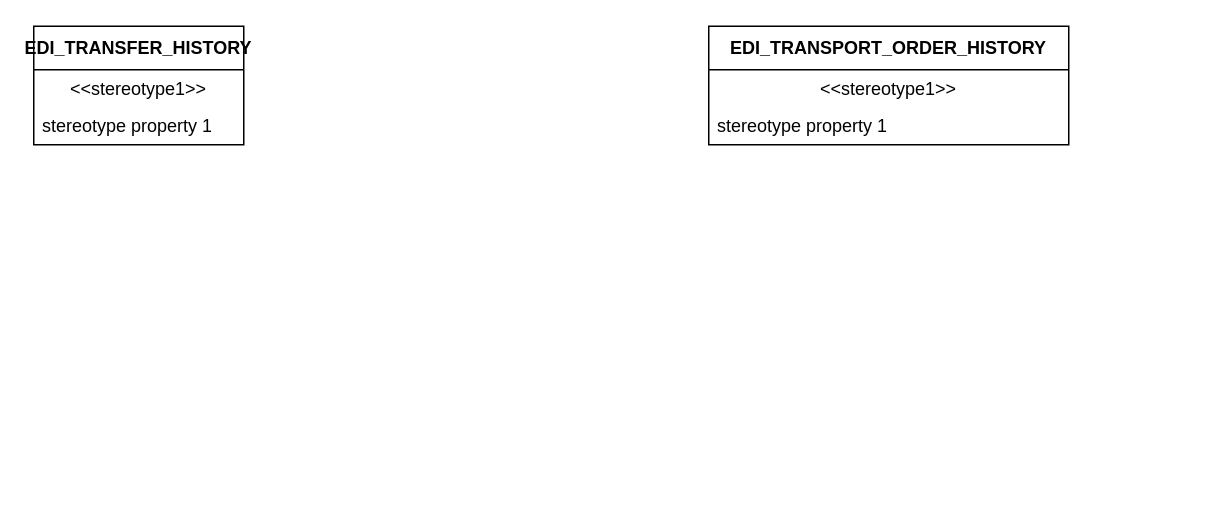
This is EDI history.drawio from hellxcz/Common, a draw.io file, before an edit. Source tidied: cells renumbered, new cells numbered last; positions are measured from the earlier drawing's top-left corner, leaving out a move shared by most shapes. Both pictures are drawn from the tidied source at 150%, with x=0, y=0 at pixel (33, 26).
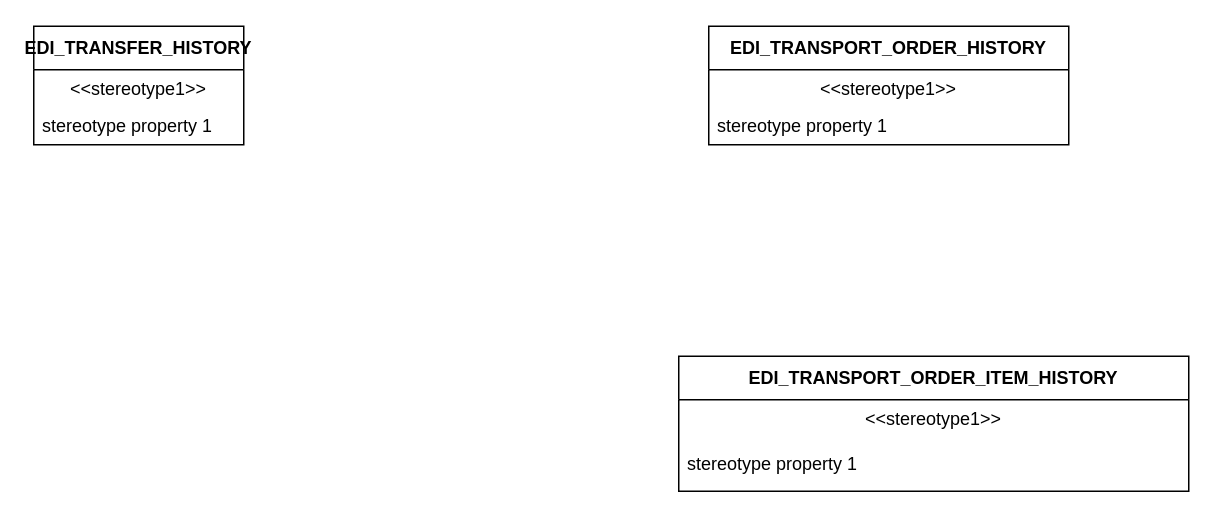
The same page after the edit.

Change to the diagram source:
```diff
@@
 <mxGraphModel>
   <root>
     <mxCell id="0" />
     <mxCell id="1" parent="0" />
     <mxCell id="2" value="EDI_TRANSFER_HISTORY" style="swimlane;fontStyle=1;align=center;verticalAlign=middle;horizontal=1;startSize=29;html=1;whiteSpace=wrap;" parent="1" vertex="1">
       <mxGeometry width="140" height="79" as="geometry" />
     </mxCell>
     <mxCell id="3" value="&amp;lt;&amp;lt;stereotype1&amp;gt;&amp;gt;" style="text;html=1;strokeColor=none;fillColor=none;align=center;verticalAlign=middle;spacingLeft=4;spacingRight=4;overflow=hidden;whiteSpace=wrap;" parent="2" vertex="1">
       <mxGeometry y="29" width="140" height="25" as="geometry" />
     </mxCell>
     <mxCell id="4" value="stereotype property 1" style="text;html=1;strokeColor=none;fillColor=none;align=left;verticalAlign=middle;spacingLeft=4;spacingRight=4;overflow=hidden;whiteSpace=wrap;" parent="2" vertex="1">
       <mxGeometry y="54" width="140" height="25" as="geometry" />
     </mxCell>
     <mxCell id="5" value="EDI_TRANSPORT_ORDER_HISTORY" style="swimlane;fontStyle=1;align=center;verticalAlign=middle;horizontal=1;startSize=29;html=1;whiteSpace=wrap;" parent="1" vertex="1">
       <mxGeometry x="450" width="240" height="79" as="geometry" />
     </mxCell>
     <mxCell id="6" value="&amp;lt;&amp;lt;stereotype1&amp;gt;&amp;gt;" style="text;html=1;strokeColor=none;fillColor=none;align=center;verticalAlign=middle;spacingLeft=4;spacingRight=4;overflow=hidden;whiteSpace=wrap;" parent="5" vertex="1">
       <mxGeometry y="29" width="240" height="25" as="geometry" />
     </mxCell>
     <mxCell id="7" value="stereotype property 1" style="text;html=1;strokeColor=none;fillColor=none;align=left;verticalAlign=middle;spacingLeft=4;spacingRight=4;overflow=hidden;whiteSpace=wrap;" parent="5" vertex="1">
       <mxGeometry y="54" width="240" height="25" as="geometry" />
     </mxCell>
+    <mxCell id="8" value="EDI_TRANSPORT_ORDER_ITEM_HISTORY" style="swimlane;fontStyle=1;align=center;verticalAlign=middle;horizontal=1;startSize=29;html=1;whiteSpace=wrap;" parent="1" vertex="1">
+      <mxGeometry x="430" y="220" width="340" height="90" as="geometry" />
+    </mxCell>
+    <mxCell id="9" value="&amp;lt;&amp;lt;stereotype1&amp;gt;&amp;gt;" style="text;html=1;strokeColor=none;fillColor=none;align=center;verticalAlign=middle;spacingLeft=4;spacingRight=4;overflow=hidden;whiteSpace=wrap;" parent="8" vertex="1">
+      <mxGeometry y="29" width="340" height="25" as="geometry" />
+    </mxCell>
+    <mxCell id="10" value="stereotype property 1" style="text;html=1;strokeColor=none;fillColor=none;align=left;verticalAlign=middle;spacingLeft=4;spacingRight=4;overflow=hidden;whiteSpace=wrap;" parent="8" vertex="1">
+      <mxGeometry y="54" width="340" height="36" as="geometry" />
+    </mxCell>
   </root>
 </mxGraphModel>
```
